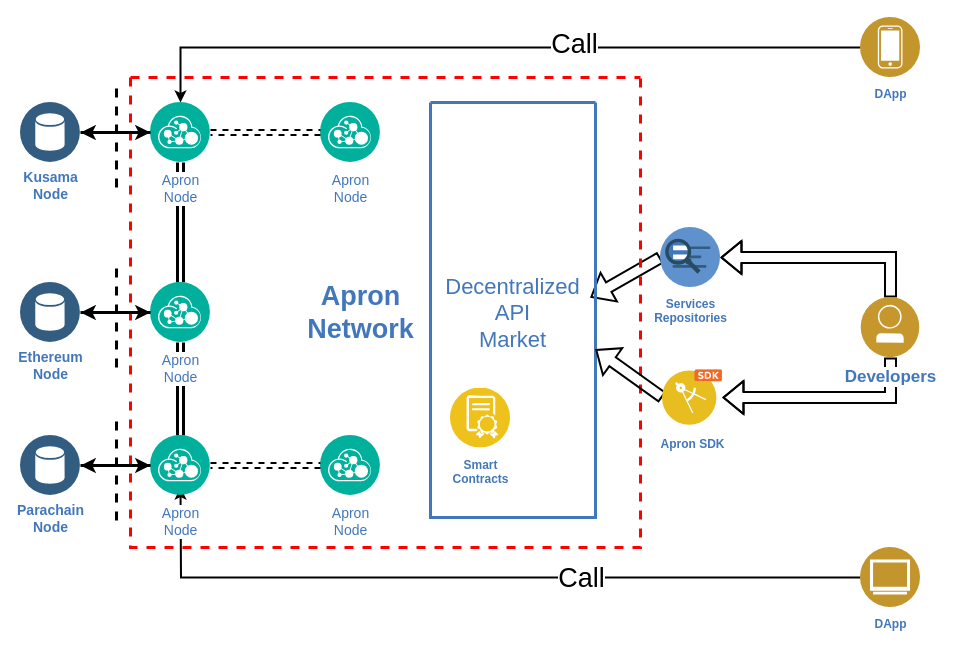
Earlier version of the draw.io diagram Apron Architecture.drawio (xrdavies/diagrams). Source tidied: cells renumbered, new cells numbered last; positions are measured from the earlier drawing's top-left corner, leaving out a move shared by most shapes. Both pictures are drawn from the tidied source at 100%, with x=0, y=0 at pixel (20, 17).
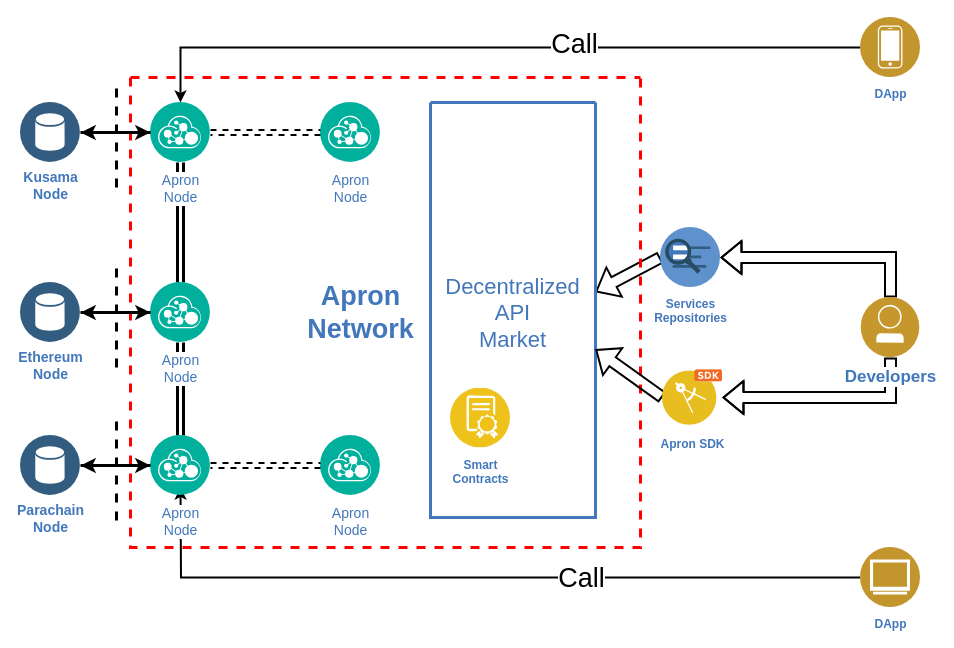
The same diagram, later.

The change refers to these unchanged cells:
```xml
<mxCell id="9" value="&lt;b&gt;Services&lt;br&gt;Repositories&lt;/b&gt;" style="perimeter=ellipsePerimeter;html=1;align=center;shadow=0;dashed=0;fontColor=#4277BB;labelBackgroundColor=#ffffff;fontSize=12;spacingTop=3;image;image=img/lib/ibm/miscellaneous/retrieve_rank.svg;" parent="1" vertex="1">
  <mxGeometry x="640" y="210" width="60" height="60" as="geometry" />
</mxCell>
<mxCell id="16" value="&lt;p style=&quot;font-size: 22px&quot;&gt;&lt;span style=&quot;font-weight: normal&quot;&gt;&lt;font style=&quot;font-size: 22px&quot;&gt;Decentralized&lt;br&gt;&lt;/font&gt;&lt;font style=&quot;font-size: 22px&quot;&gt;API&lt;br&gt;&lt;/font&gt;&lt;font style=&quot;font-size: 22px&quot;&gt;Market&lt;/font&gt;&lt;/span&gt;&lt;/p&gt;" style="text;html=1;align=center;verticalAlign=middle;fontColor=#4277BB;shadow=0;dashed=0;strokeColor=none;fillColor=none;labelBackgroundColor=none;fontStyle=1;fontSize=27;spacingLeft=0;" parent="14" vertex="1">
  <mxGeometry x="-1.2" y="167.5" width="166.2" height="87.5" as="geometry" />
</mxCell>
```

What changed in the source:
```diff
@@
-<mxGraphModel background="#ffffff">
+<mxGraphModel>
@@
-    <mxCell id="8" style="shape=flexArrow;rounded=0;jettySize=auto;html=1;exitX=0;exitY=0.5;exitDx=0;exitDy=0;strokeColor=#000000;strokeWidth=2;fontSize=27;" parent="1" edge="1" source="9">
-      <mxGeometry relative="1" as="geometry">
-        <mxPoint x="570" y="280" as="targetPoint" />
-      </mxGeometry>
+    <mxCell id="8" style="shape=flexArrow;rounded=0;jettySize=auto;html=1;exitX=0;exitY=0.5;exitDx=0;exitDy=0;strokeColor=#000000;strokeWidth=2;fontSize=27;entryX=1;entryY=0.25;entryDx=0;entryDy=0;" parent="1" edge="1" source="9" target="16">
+      <mxGeometry relative="1" as="geometry" />
     </mxCell>
```
